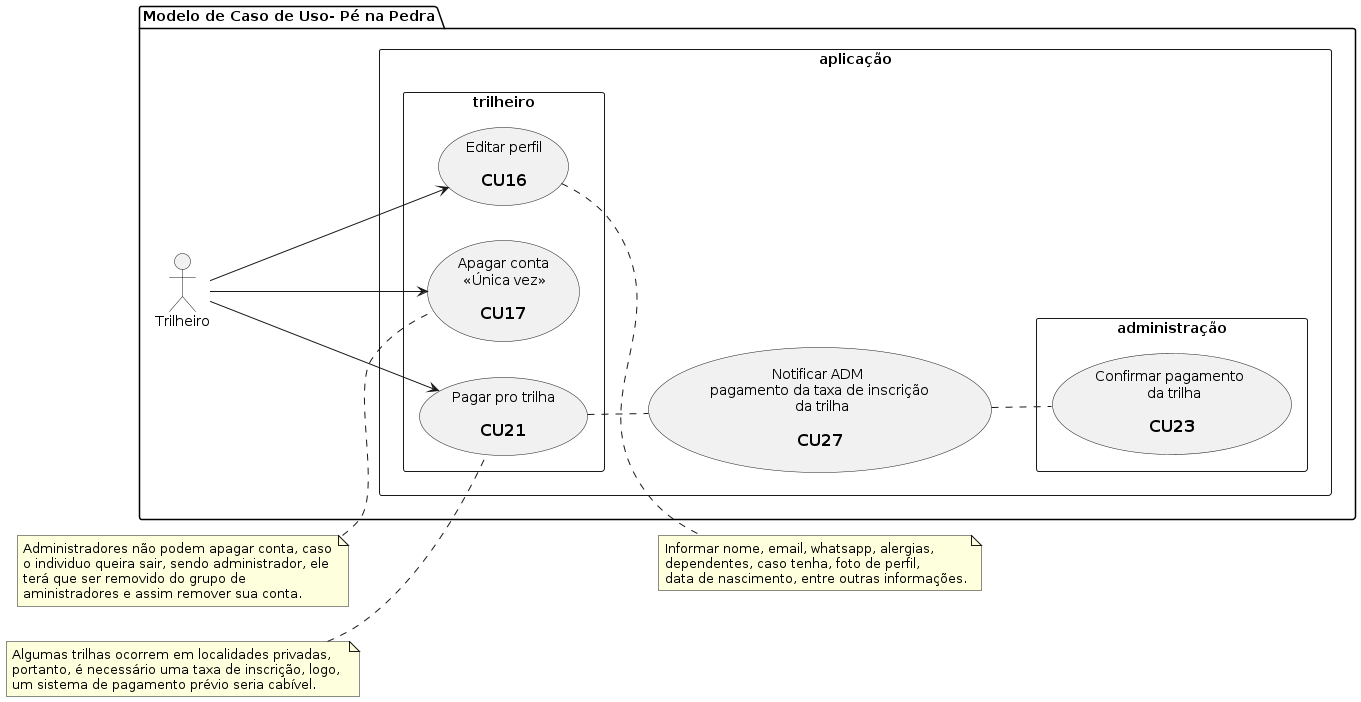
The PlantUML diagram docs/diagrams/out/pe_na_pedra_usecase_8.png in tiagors09/pe_na_pedra, before a commit. Its diagram source:
```plantuml
@startuml pe_na_pedra_usecase_8
  left to right direction

  package "Modelo de Caso de Uso- Pé na Pedra" {
    :Trilheiro: as tr

    rectangle aplicação {
      usecase uc27 as "Notificar ADM \n pagamento da taxa de inscrição \n da trilha\n
        == CU27"

      rectangle administração {
        usecase uc23 as "Confirmar pagamento \n da trilha\n
          == CU23"
      }

      rectangle trilheiro {
        usecase uc16 as "Editar perfil\n
          == CU16"
        usecase uc17 as "Apagar conta\n <<Única vez>>\n
          == CU17"
        usecase uc21 as "Pagar pro trilha\n
          == CU21"
      }
    }
  }

  note right of uc16
    Informar nome, email, whatsapp, alergias,
    dependentes, caso tenha, foto de perfil,
    data de nascimento, entre outras informações.
  end note

  note left of uc17
    Administradores não podem apagar conta, caso
    o individuo queira sair, sendo administrador, ele
    terá que ser removido do grupo de
    aministradores e assim remover sua conta.
  end note

  note left of uc21
    Algumas trilhas ocorrem em localidades privadas,
    portanto, é necessário uma taxa de inscrição, logo,
    um sistema de pagamento prévio seria cabível.
  end note

  uc21 .. uc27
  uc27 .. uc23

  tr --> uc16
  tr --> uc17
  tr --> uc21
@enduml
```
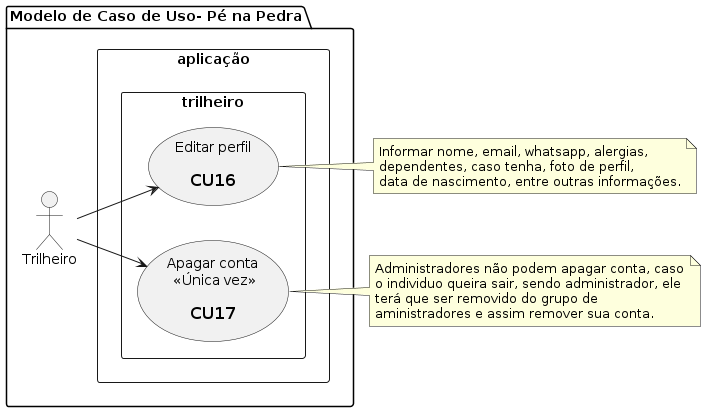
The same file after the commit.

Commit message:
feat: :sparkles: update usacese 8

The edit, as a diff of the source:
```diff
@@ -5,21 +5,11 @@
     :Trilheiro: as tr
 
     rectangle aplicação {
-      usecase uc27 as "Notificar ADM \n pagamento da taxa de inscrição \n da trilha\n
-        == CU27"
-
-      rectangle administração {
-        usecase uc23 as "Confirmar pagamento \n da trilha\n
-          == CU23"
-      }
-
       rectangle trilheiro {
         usecase uc16 as "Editar perfil\n
           == CU16"
         usecase uc17 as "Apagar conta\n <<Única vez>>\n
           == CU17"
-        usecase uc21 as "Pagar pro trilha\n
-          == CU21"
       }
     }
   }
@@ -30,23 +20,13 @@
     data de nascimento, entre outras informações.
   end note
 
-  note left of uc17
+  note right of uc17
     Administradores não podem apagar conta, caso
     o individuo queira sair, sendo administrador, ele
     terá que ser removido do grupo de
     aministradores e assim remover sua conta.
   end note
 
-  note left of uc21
-    Algumas trilhas ocorrem em localidades privadas,
-    portanto, é necessário uma taxa de inscrição, logo,
-    um sistema de pagamento prévio seria cabível.
-  end note
-
-  uc21 .. uc27
-  uc27 .. uc23
-
   tr --> uc16
   tr --> uc17
-  tr --> uc21
 @enduml
```
